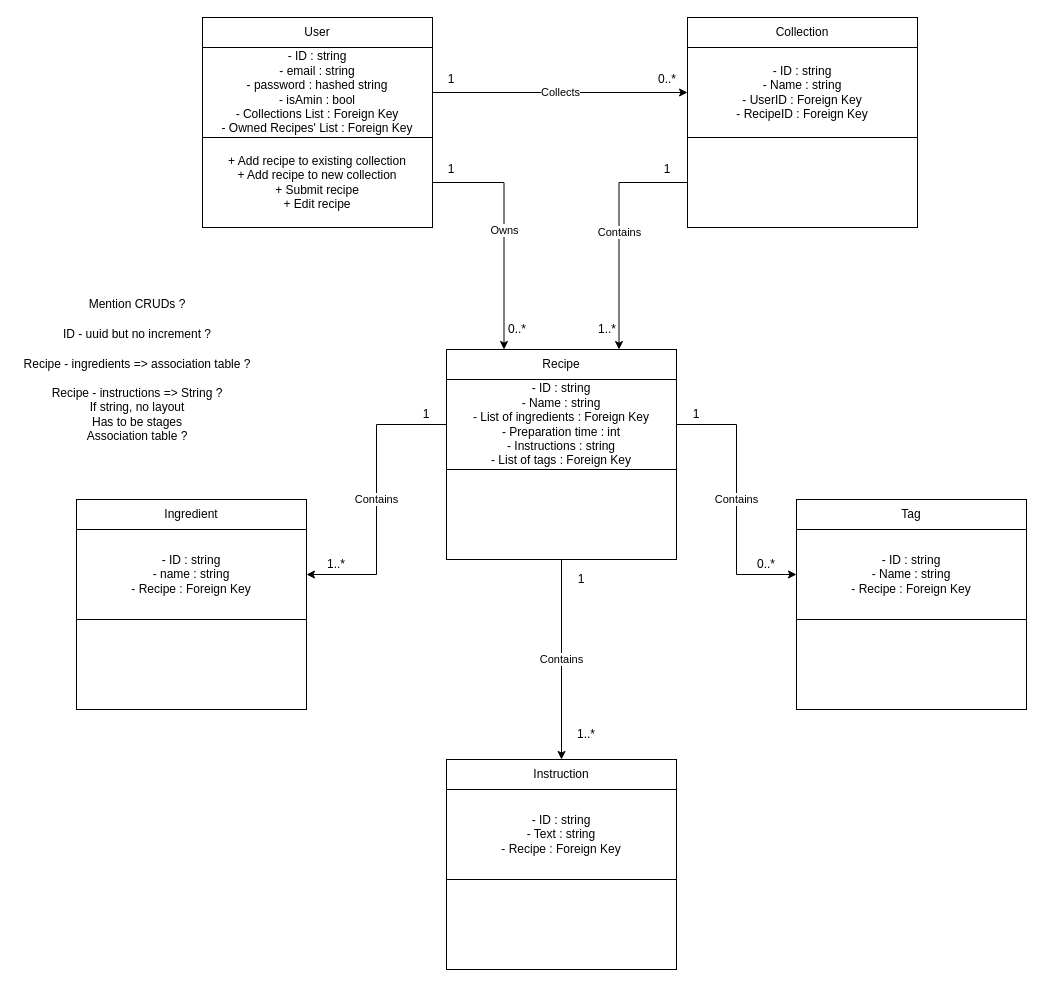
jmitchell35/holbertonschool-portfolio_project keeps this draw.io diagram as part3/5_Components_-_classes_-_database_design/ClassDiagram.drawio. Above is the earlier version. Source tidied: cells renumbered, new cells numbered last; positions are measured from the earlier drawing's top-left corner, leaving out a move shared by most shapes. Both pictures are drawn from the tidied source at 100%, with x=0, y=0 at pixel (17, 17).
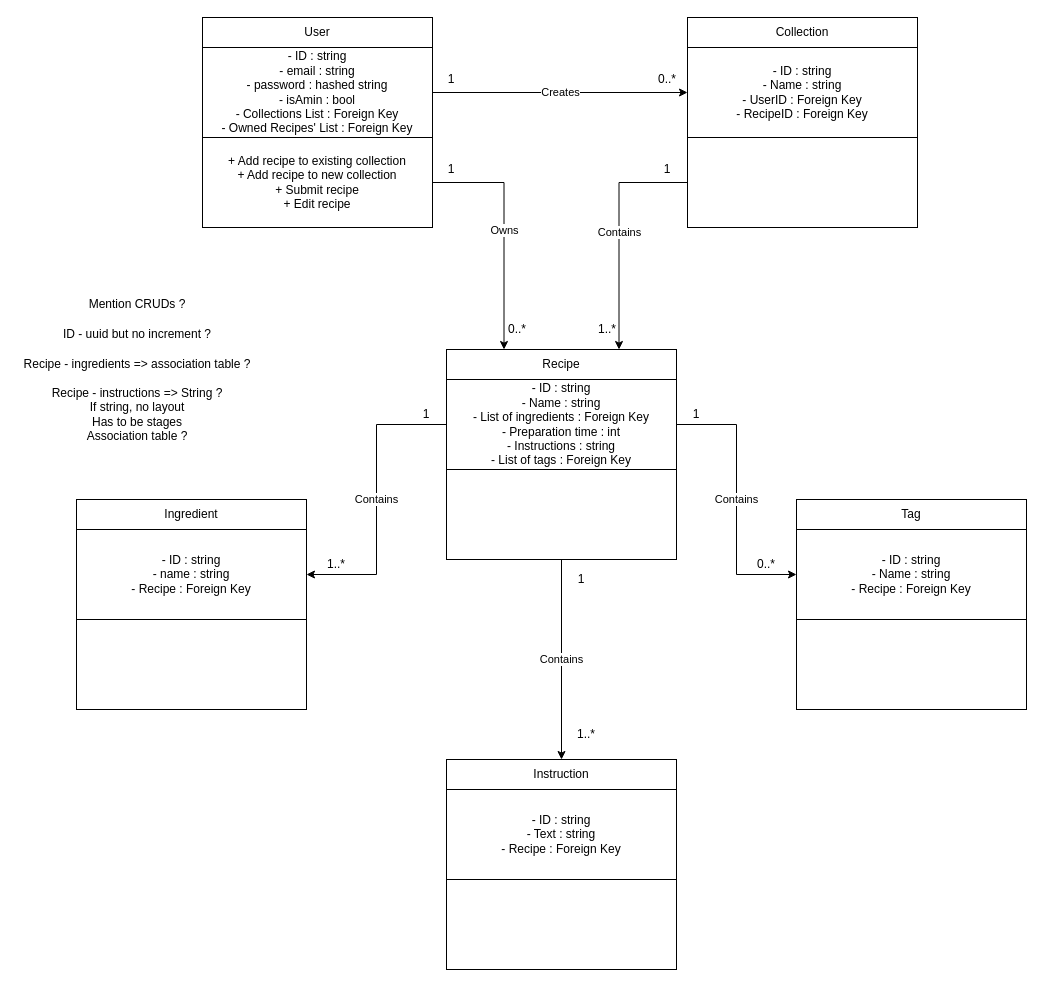
The same page after the edit.

The change refers to these unchanged cells:
```xml
<mxCell id="37" value="&lt;div&gt;- ID : string&lt;/div&gt;&lt;div&gt;- email : string&lt;/div&gt;&lt;div&gt;- password : hashed string&lt;/div&gt;&lt;div&gt;&lt;div&gt;- isAmin : bool&lt;/div&gt;&lt;div&gt;- Collections List : Foreign Key&lt;/div&gt;&lt;div&gt;- Owned Recipes' List : Foreign Key&lt;/div&gt;&lt;/div&gt;" style="rounded=0;whiteSpace=wrap;html=1;" parent="34" vertex="1">
  <mxGeometry y="30" width="230" height="90" as="geometry" />
</mxCell>
<mxCell id="45" value="&lt;div&gt;- ID : string&lt;/div&gt;&lt;div&gt;- Name : string&lt;/div&gt;&lt;div&gt;- UserID : Foreign Key&lt;/div&gt;&lt;div&gt;- RecipeID : Foreign Key&lt;/div&gt;" style="rounded=0;whiteSpace=wrap;html=1;" parent="42" vertex="1">
  <mxGeometry y="30" width="230" height="90" as="geometry" />
</mxCell>
```

Change to the diagram source:
```diff
@@
-    <mxCell id="48" value="Collects" style="edgeStyle=orthogonalEdgeStyle;rounded=0;jettySize=auto;html=1;exitX=1;exitY=0.5;exitDx=0;exitDy=0;entryX=0;entryY=0.5;entryDx=0;entryDy=0;" parent="1" edge="1" source="37" target="45">
+    <mxCell id="48" value="Creates" style="edgeStyle=orthogonalEdgeStyle;rounded=0;jettySize=auto;html=1;exitX=1;exitY=0.5;exitDx=0;exitDy=0;entryX=0;entryY=0.5;entryDx=0;entryDy=0;" parent="1" edge="1" source="37" target="45">
       <mxGeometry relative="1" as="geometry" />
     </mxCell>
```
